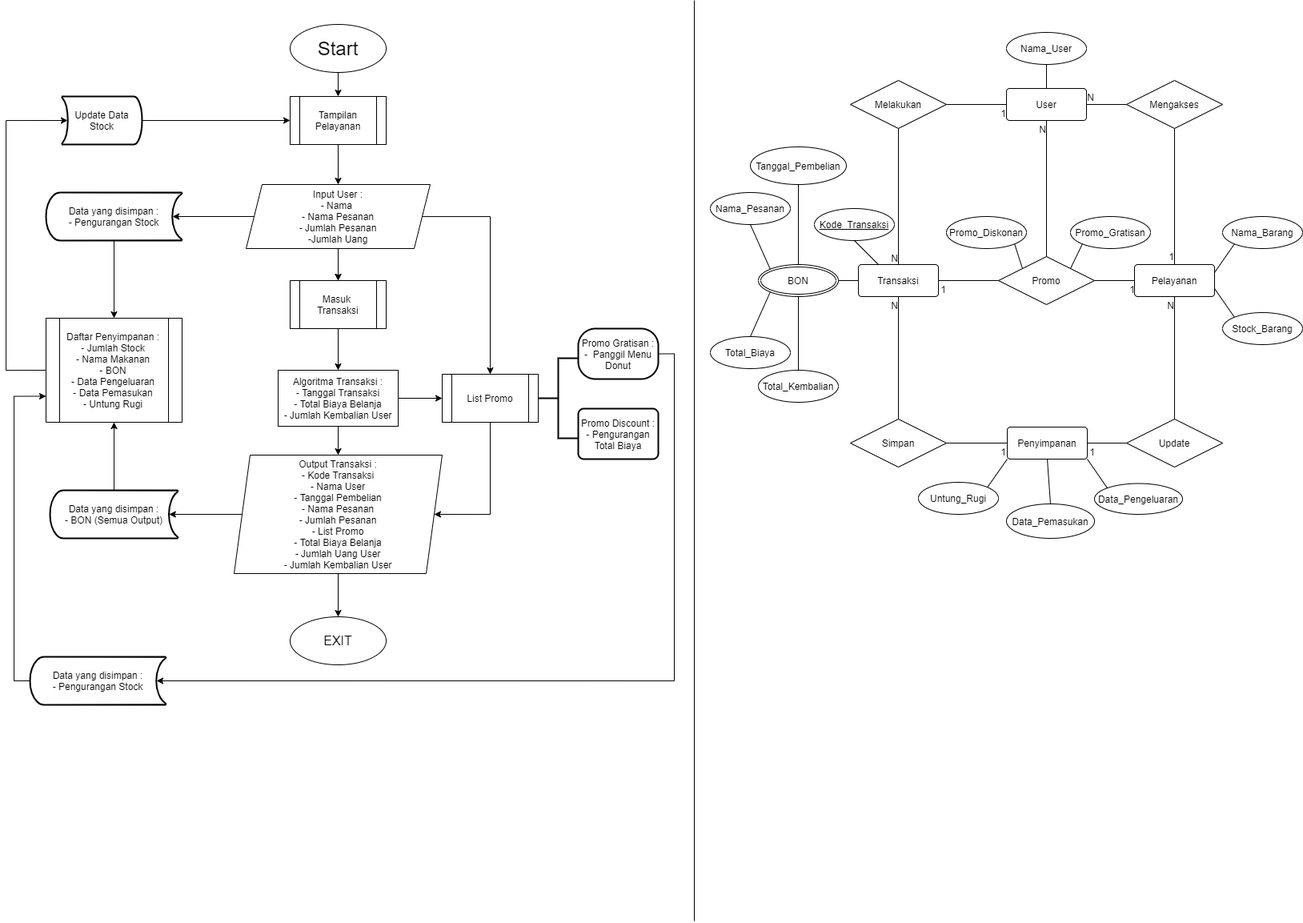
This is FlowChart.png from MSZHabibie/HexaDon_San-Donuts-And-Cakes, a draw.io export, as it was before one commit. Source tidied: cells renumbered, new cells last; positions are measured from the earlier drawing's top-left corner, leaving out a move shared by most shapes.
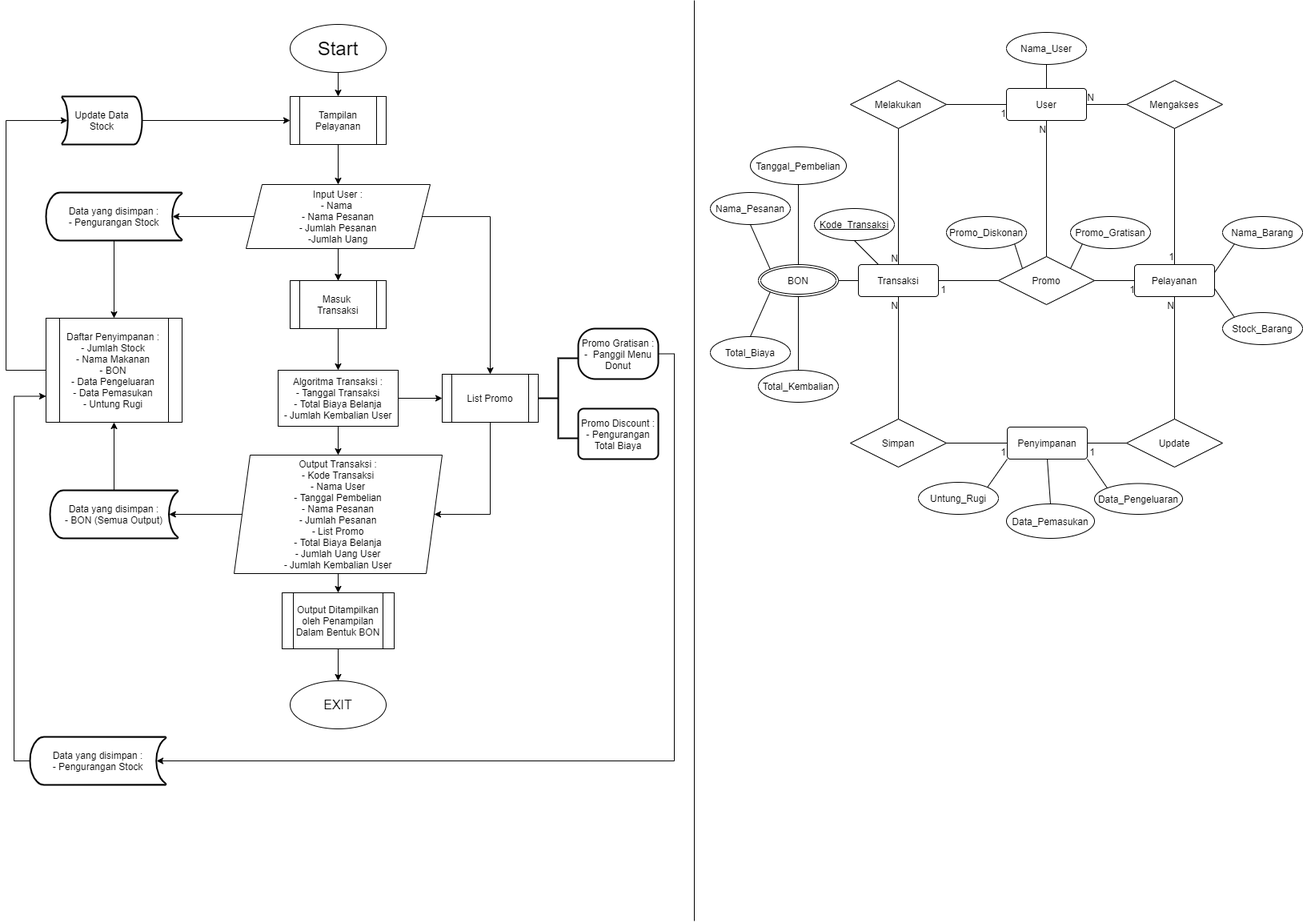
Later version of the same file.

Commit message:
Menambah penampilan BON

Diff of the diagram source:
```diff
@@ -35,7 +35,7 @@
     <mxCell id="12" style="edgeStyle=orthogonalEdgeStyle;rounded=0;jettySize=auto;html=1;exitX=0;exitY=0.5;exitDx=0;exitDy=0;entryX=0.93;entryY=0.5;entryDx=0;entryDy=0;entryPerimeter=0;" parent="1" edge="1" source="14" target="26">
       <mxGeometry relative="1" as="geometry" />
     </mxCell>
-    <mxCell id="13" style="edgeStyle=orthogonalEdgeStyle;rounded=0;jettySize=auto;html=1;" parent="1" edge="1" source="14" target="33">
+    <mxCell id="13" style="edgeStyle=orthogonalEdgeStyle;rounded=0;jettySize=auto;html=1;" parent="1" edge="1" source="96" target="33">
       <mxGeometry relative="1" as="geometry" />
     </mxCell>
     <mxCell id="14" value="Output Transaksi :&lt;br&gt;- Kode Transaksi&lt;br&gt;- Nama User&lt;br&gt;- Tanggal Pembelian&lt;br&gt;- Nama Pesanan&lt;br&gt;- Jumlah Pesanan&lt;br&gt;- List Promo&lt;br&gt;- Total Biaya Belanja&lt;br&gt;- Jumlah Uang User&lt;br&gt;- Jumlah Kembalian User" style="shape=parallelogram;perimeter=parallelogramPerimeter;whiteSpace=wrap;html=1;fixedSize=1;" parent="1" vertex="1">
@@ -98,8 +98,8 @@
     <mxCell id="30" style="edgeStyle=orthogonalEdgeStyle;rounded=0;jettySize=auto;html=1;exitX=1;exitY=0.5;exitDx=0;exitDy=0;entryX=0.93;entryY=0.5;entryDx=0;entryDy=0;entryPerimeter=0;" parent="1" edge="1" source="31" target="95">
       <mxGeometry relative="1" as="geometry">
         <Array as="points">
-          <mxPoint x="835" y="442" />
-          <mxPoint x="835" y="850" />
+          <mxPoint x="835" y="441" />
+          <mxPoint x="835" y="950" />
         </Array>
       </mxGeometry>
     </mxCell>
@@ -110,7 +110,7 @@
       <mxGeometry x="715" y="510" width="100" height="63" as="geometry" />
     </mxCell>
     <mxCell id="33" value="&lt;font style=&quot;font-size: 16px&quot;&gt;EXIT&lt;/font&gt;" style="ellipse;whiteSpace=wrap;html=1;" parent="1" vertex="1">
-      <mxGeometry x="355" y="770" width="120" height="60" as="geometry" />
+      <mxGeometry x="355" y="850" width="120" height="60" as="geometry" />
     </mxCell>
     <mxCell id="34" value="Pelayanan" style="rounded=1;arcSize=10;whiteSpace=wrap;html=1;align=center;" parent="1" vertex="1">
       <mxGeometry x="1410" y="330" width="100" height="40" as="geometry" />
@@ -319,7 +319,13 @@
       <mxGeometry relative="1" as="geometry" />
     </mxCell>
     <mxCell id="95" value="Data yang disimpan :&lt;br&gt;- Pengurangan Stock" style="strokeWidth=2;html=1;shape=mxgraph.flowchart.stored_data;whiteSpace=wrap;" parent="1" vertex="1">
-      <mxGeometry x="30" y="820" width="170" height="60" as="geometry" />
+      <mxGeometry x="30" y="920" width="170" height="60" as="geometry" />
     </mxCell>
+    <mxCell id="96" value="Output Ditampilkan oleh Penampilan Dalam Bentuk BON" style="shape=process;whiteSpace=wrap;html=1;backgroundOutline=1;" parent="1" vertex="1">
+      <mxGeometry x="345" y="740" width="140" height="70" as="geometry" />
+    </mxCell>
+    <mxCell id="97" style="edgeStyle=orthogonalEdgeStyle;rounded=0;jettySize=auto;html=1;" parent="1" edge="1" source="14" target="96">
+      <mxGeometry relative="1" as="geometry" />
+    </mxCell>
   </root>
 </mxGraphModel>
```
